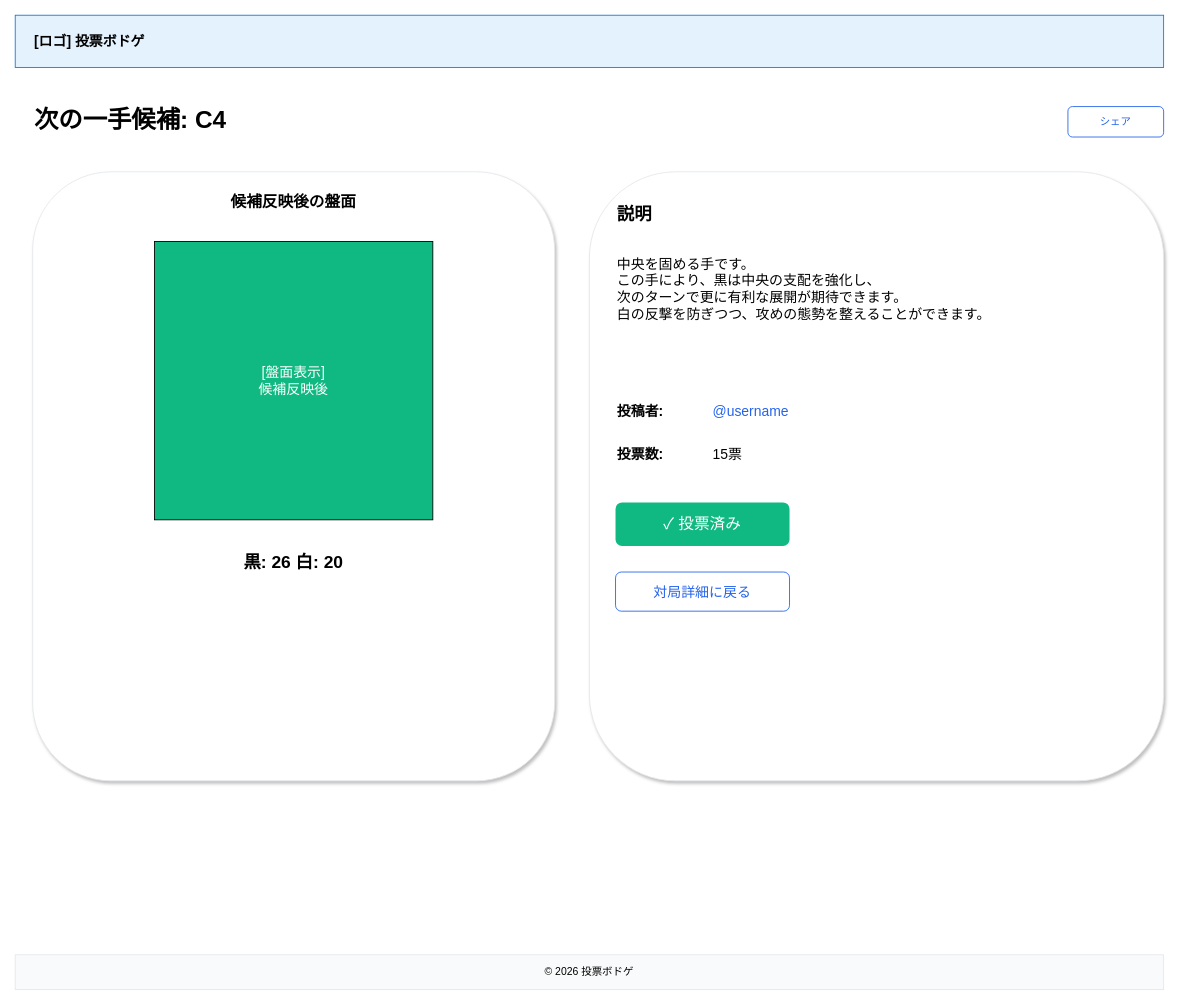
The draw.io diagram docs/wireframes/09-candidate-detail.drawio in satoshi256kbyte/vote-board-game, before the edit. Source tidied: cells renumbered, new cells numbered last; positions are measured from the earlier drawing's top-left corner, leaving out a move shared by most shapes. Both pictures are drawn from the tidied source at 87%, with x=0, y=0 at pixel (15, 15).
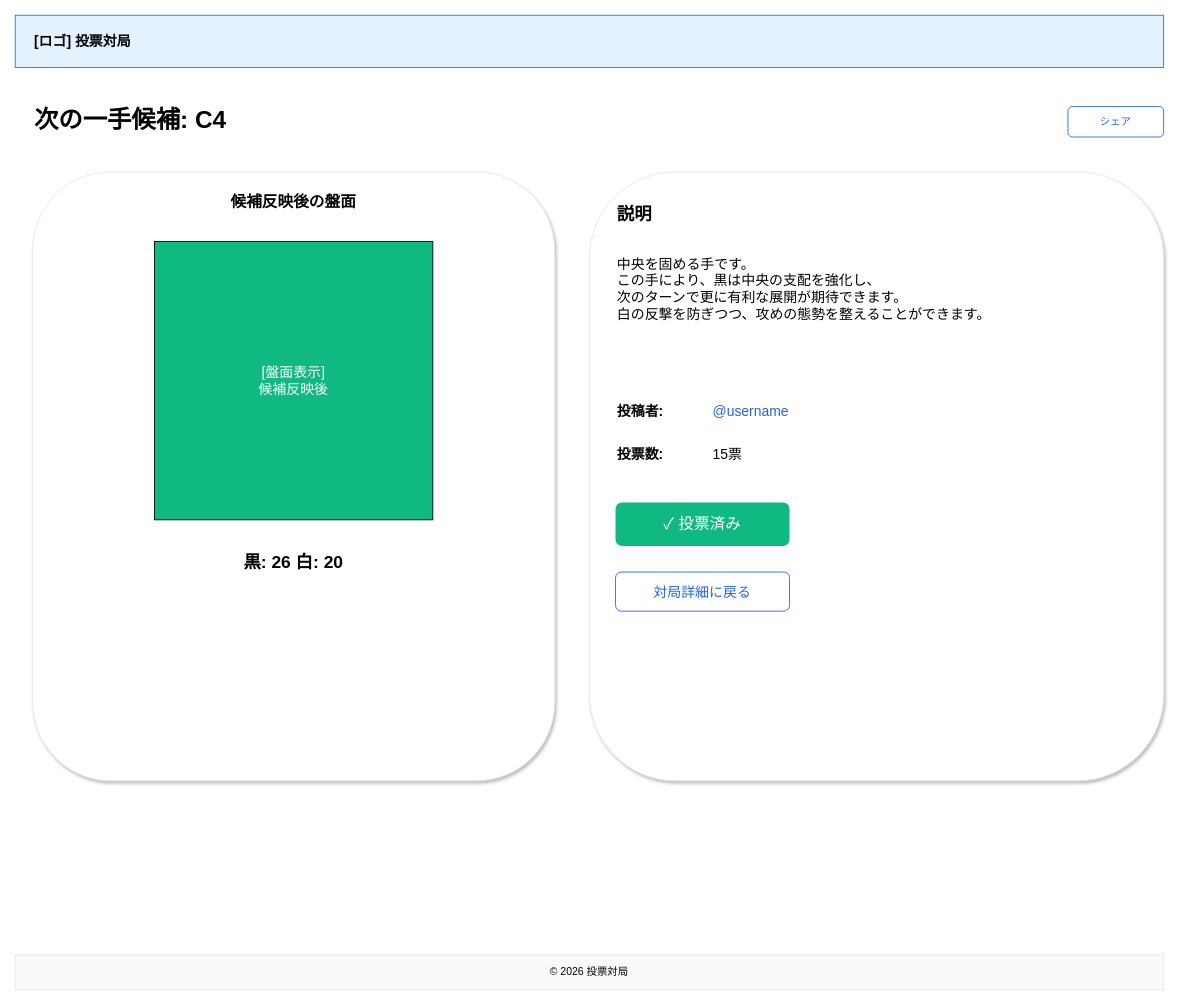
The same diagram, later.

The edit, as a diff of the source:
```diff
@@
 <mxGraphModel>
   <root>
     <mxCell id="0" />
     <mxCell id="1" parent="0" />
     <mxCell id="2" style="rounded=0;whiteSpace=wrap;html=1;fillColor=#e3f2fd;strokeColor=#1976d2;" parent="1" vertex="1">
       <mxGeometry width="1320" height="60" as="geometry" />
     </mxCell>
-    <mxCell id="3" value="[ロゴ] 投票ボドゲ" style="text;html=1;strokeColor=none;fillColor=none;align=left;verticalAlign=middle;whiteSpace=wrap;rounded=0;fontSize=16;fontStyle=1;" parent="1" vertex="1">
+    <mxCell id="3" value="[ロゴ] 投票対局" style="text;html=1;strokeColor=none;fillColor=none;align=left;verticalAlign=middle;whiteSpace=wrap;rounded=0;fontSize=16;fontStyle=1;" parent="1" vertex="1">
       <mxGeometry x="20" y="15" width="200" height="30" as="geometry" />
     </mxCell>
     <mxCell id="4" value="次の一手候補: C4" style="text;html=1;strokeColor=none;fillColor=none;align=left;verticalAlign=middle;whiteSpace=wrap;rounded=0;fontSize=28;fontStyle=1;" parent="1" vertex="1">
       <mxGeometry x="20" y="100" width="1100" height="40" as="geometry" />
     </mxCell>
     <mxCell id="5" value="シェア" style="rounded=1;whiteSpace=wrap;html=1;fillColor=#ffffff;strokeColor=#2563eb;fontColor=#2563eb;" parent="1" vertex="1">
       <mxGeometry x="1210" y="105" width="110" height="35" as="geometry" />
     </mxCell>
     <mxCell id="6" style="rounded=1;whiteSpace=wrap;html=1;fillColor=#ffffff;strokeColor=#e5e7eb;shadow=1;align=center;verticalAlign=top;" parent="1" vertex="1">
       <mxGeometry x="20" y="180" width="600" height="700" as="geometry" />
     </mxCell>
     <mxCell id="7" value="候補反映後の盤面" style="text;html=1;strokeColor=none;fillColor=none;align=center;verticalAlign=middle;whiteSpace=wrap;rounded=0;fontSize=18;fontStyle=1;" parent="1" vertex="1">
       <mxGeometry x="40" y="200" width="560" height="30" as="geometry" />
     </mxCell>
     <mxCell id="8" value="[盤面表示]&#10;候補反映後" style="rounded=0;whiteSpace=wrap;html=1;fillColor=#10b981;strokeColor=#000000;fontColor=#ffffff;fontSize=16;" parent="1" vertex="1">
       <mxGeometry x="160" y="260" width="320" height="320" as="geometry" />
     </mxCell>
     <mxCell id="9" value="黒: 26    白: 20" style="text;html=1;strokeColor=none;fillColor=none;align=center;verticalAlign=middle;whiteSpace=wrap;rounded=0;fontSize=20;fontStyle=1;" parent="1" vertex="1">
       <mxGeometry x="160" y="610" width="320" height="35" as="geometry" />
     </mxCell>
     <mxCell id="10" style="rounded=1;whiteSpace=wrap;html=1;fillColor=#ffffff;strokeColor=#e5e7eb;shadow=1;align=left;verticalAlign=top;" parent="1" vertex="1">
       <mxGeometry x="660" y="180" width="660" height="700" as="geometry" />
     </mxCell>
     <mxCell id="11" value="説明" style="text;html=1;strokeColor=none;fillColor=none;align=left;verticalAlign=middle;whiteSpace=wrap;rounded=0;fontSize=20;fontStyle=1;" parent="1" vertex="1">
       <mxGeometry x="690" y="210" width="600" height="35" as="geometry" />
     </mxCell>
     <mxCell id="12" value="中央を固める手です。&#10;この手により、黒は中央の支配を強化し、&#10;次のターンで更に有利な展開が期待できます。&#10;白の反撃を防ぎつつ、攻めの態勢を整えることができます。" style="text;html=1;strokeColor=none;fillColor=none;align=left;verticalAlign=top;whiteSpace=wrap;rounded=0;fontSize=16;spacingTop=10;" parent="1" vertex="1">
       <mxGeometry x="690" y="260" width="600" height="150" as="geometry" />
     </mxCell>
     <mxCell id="13" value="投稿者:" style="text;html=1;strokeColor=none;fillColor=none;align=left;verticalAlign=middle;whiteSpace=wrap;rounded=0;fontSize=16;fontStyle=1;" parent="1" vertex="1">
       <mxGeometry x="690" y="440" width="100" height="30" as="geometry" />
     </mxCell>
     <mxCell id="14" value="@username" style="text;html=1;strokeColor=none;fillColor=none;align=left;verticalAlign=middle;whiteSpace=wrap;rounded=0;fontSize=16;fontColor=#2563eb;" parent="1" vertex="1">
       <mxGeometry x="800" y="440" width="490" height="30" as="geometry" />
     </mxCell>
     <mxCell id="15" value="投票数:" style="text;html=1;strokeColor=none;fillColor=none;align=left;verticalAlign=middle;whiteSpace=wrap;rounded=0;fontSize=16;fontStyle=1;" parent="1" vertex="1">
       <mxGeometry x="690" y="490" width="100" height="30" as="geometry" />
     </mxCell>
     <mxCell id="16" value="15票" style="text;html=1;strokeColor=none;fillColor=none;align=left;verticalAlign=middle;whiteSpace=wrap;rounded=0;fontSize=16;" parent="1" vertex="1">
       <mxGeometry x="800" y="490" width="490" height="30" as="geometry" />
     </mxCell>
     <mxCell id="17" value="✓ 投票済み" style="rounded=1;whiteSpace=wrap;html=1;fillColor=#10b981;strokeColor=none;fontColor=#ffffff;fontSize=18;" parent="1" vertex="1">
       <mxGeometry x="690" y="560" width="200" height="50" as="geometry" />
     </mxCell>
     <mxCell id="18" value="対局詳細に戻る" style="rounded=1;whiteSpace=wrap;html=1;fillColor=#ffffff;strokeColor=#2563eb;fontColor=#2563eb;fontSize=16;" parent="1" vertex="1">
       <mxGeometry x="690" y="640" width="200" height="45" as="geometry" />
     </mxCell>
-    <mxCell id="19" value="© 2026 投票ボドゲ" style="rounded=0;whiteSpace=wrap;html=1;fillColor=#f9fafb;strokeColor=#e5e7eb;align=center;" parent="1" vertex="1">
+    <mxCell id="19" value="© 2026 投票対局" style="rounded=0;whiteSpace=wrap;html=1;fillColor=#f9fafb;strokeColor=#e5e7eb;align=center;" parent="1" vertex="1">
       <mxGeometry y="1080" width="1320" height="40" as="geometry" />
     </mxCell>
   </root>
 </mxGraphModel>
```
